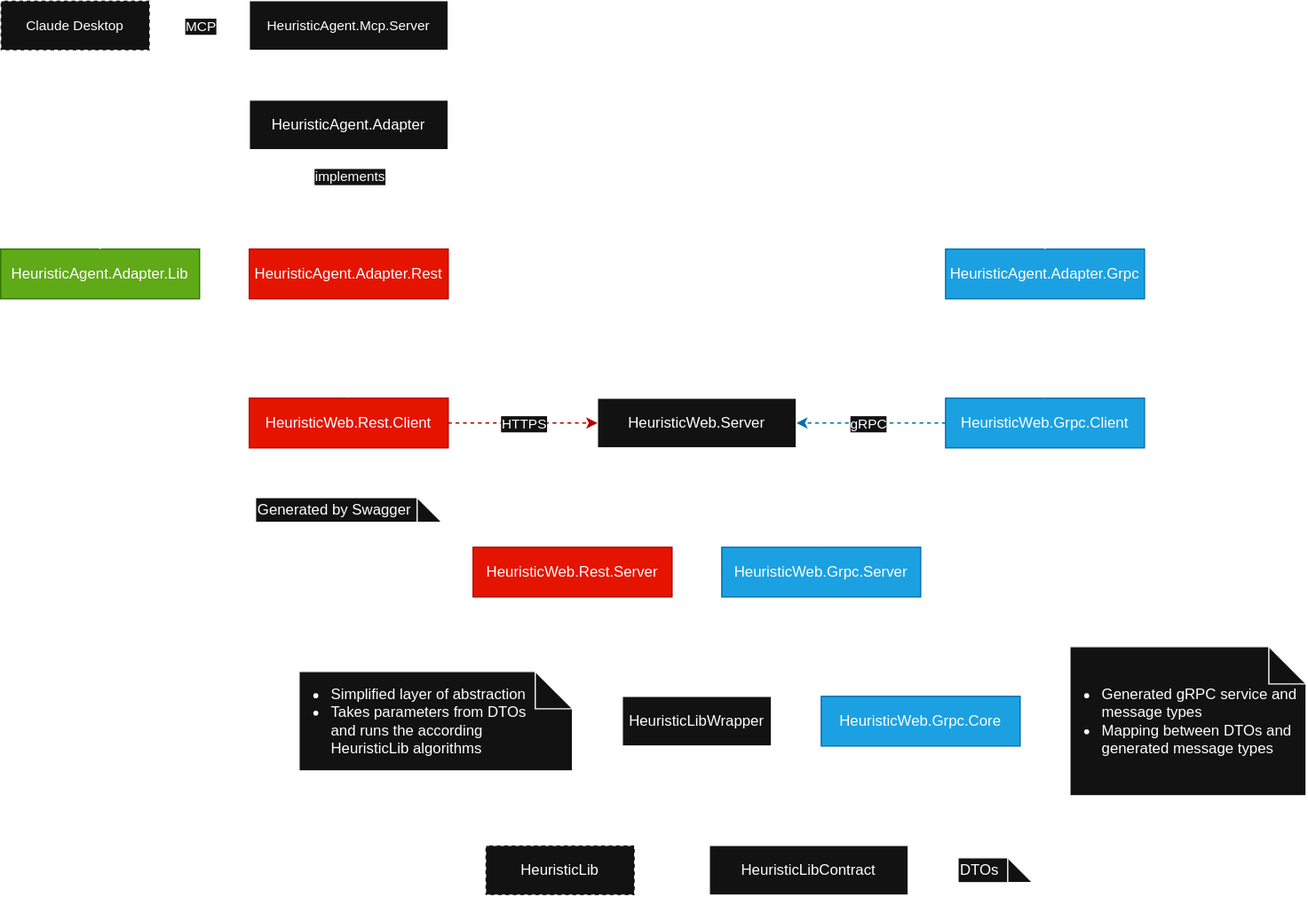
The draw.io diagram docs/img/architecture.svg in prescriptiveanalytics/aisra, before a commit. Source tidied: cells renumbered, new cells last; positions are measured from the earlier drawing's top-left corner, leaving out a move shared by most shapes.
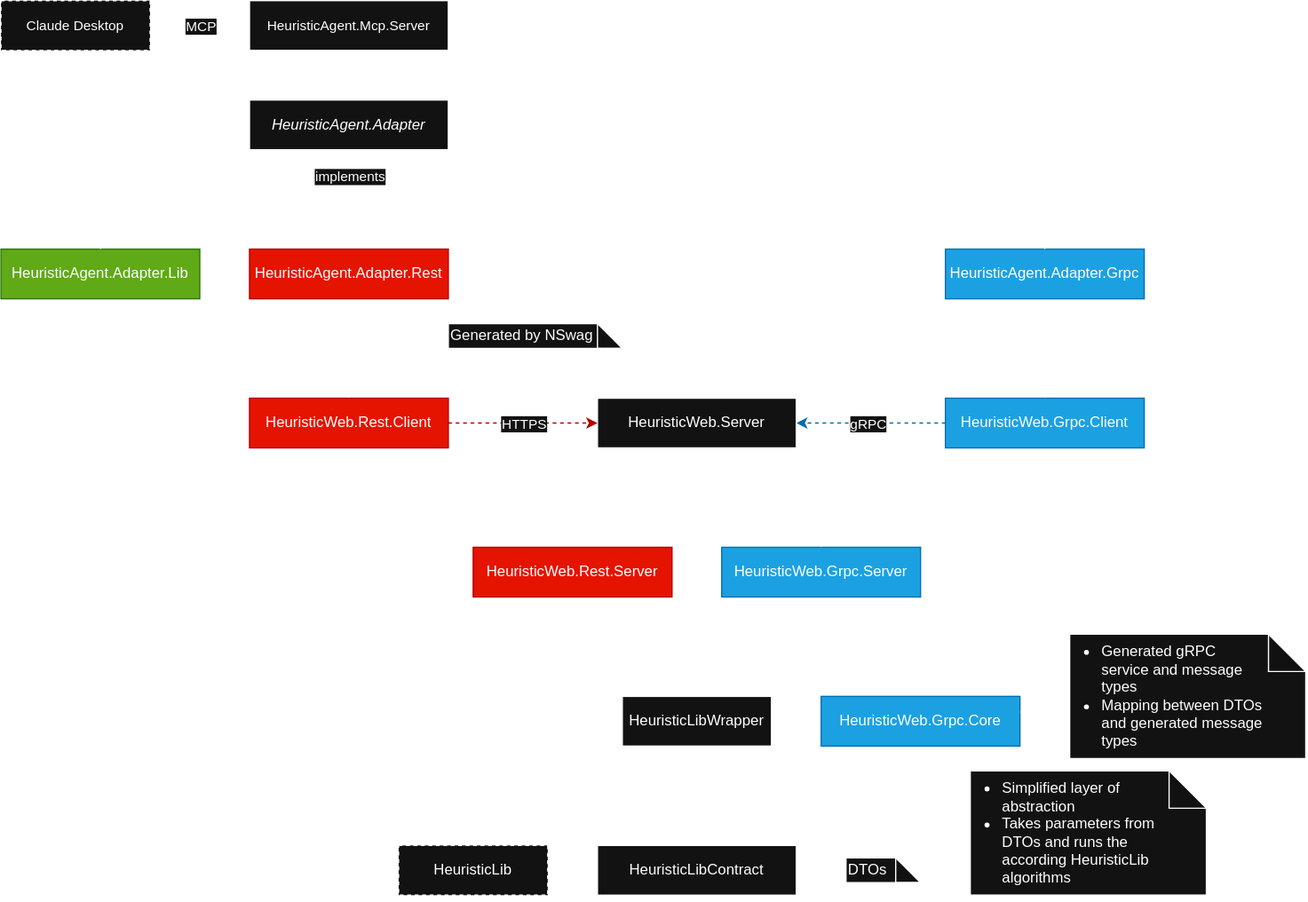
The same diagram one commit later.

Diff of the diagram source:
```diff
@@ -12,10 +12,10 @@
       <mxGeometry x="500" y="560" width="120" height="40" as="geometry" />
     </mxCell>
     <mxCell id="5" value="HeuristicLib" style="rounded=0;whiteSpace=wrap;html=1;fillColor=default;dashed=1;" parent="1" vertex="1">
-      <mxGeometry x="390" y="680" width="120" height="40" as="geometry" />
+      <mxGeometry x="320" y="680" width="120" height="40" as="geometry" />
     </mxCell>
     <mxCell id="6" value="HeuristicLibContract" style="rounded=0;whiteSpace=wrap;html=1;fillColor=default;" parent="1" vertex="1">
-      <mxGeometry x="570" y="680" width="160" height="40" as="geometry" />
+      <mxGeometry x="480" y="680" width="160" height="40" as="geometry" />
     </mxCell>
     <mxCell id="7" style="edgeStyle=orthogonalEdgeStyle;shape=connector;curved=1;rounded=0;jettySize=auto;html=1;dashed=1;strokeColor=#006EAF;align=center;verticalAlign=middle;fontFamily=Helvetica;fontSize=11;fontColor=default;labelBackgroundColor=default;endArrow=classic;endFill=1;fillColor=#1ba1e2;" parent="1" edge="1" source="10" target="24">
       <mxGeometry relative="1" as="geometry" />
@@ -51,23 +51,23 @@
     <mxCell id="15" value="HeuristicWeb.Grpc.Core" style="rounded=0;whiteSpace=wrap;html=1;fillColor=#1ba1e2;fontColor=#ffffff;strokeColor=#006EAF;" parent="1" vertex="1">
       <mxGeometry x="660" y="560" width="160" height="40" as="geometry" />
     </mxCell>
-    <mxCell id="16" style="edgeStyle=orthogonalEdgeStyle;rounded=0;jettySize=auto;html=1;endArrow=none;endFill=0;dashed=1;dashPattern=1 4;" parent="1" edge="1" source="17" target="15">
+    <mxCell id="16" style="rounded=0;jettySize=auto;html=1;endArrow=none;endFill=0;dashed=1;dashPattern=1 4;" parent="1" edge="1" source="17" target="15">
       <mxGeometry relative="1" as="geometry" />
     </mxCell>
-    <mxCell id="17" value="&lt;ul&gt;&lt;li&gt;Generated gRPC service and message types&lt;/li&gt;&lt;li&gt;Mapping between DTOs and generated message types&lt;/li&gt;&lt;/ul&gt;" style="shape=note;whiteSpace=wrap;html=1;backgroundOutline=1;darkOpacity=0.05;align=left;spacingLeft=-16;" parent="1" vertex="1">
-      <mxGeometry x="860" y="520" width="190" height="120" as="geometry" />
+    <mxCell id="17" value="&lt;ul&gt;&lt;li&gt;Generated gRPC service and message types&lt;/li&gt;&lt;li&gt;Mapping between DTOs and generated message types&lt;/li&gt;&lt;/ul&gt;" style="shape=note;whiteSpace=wrap;html=1;backgroundOutline=1;darkOpacity=0.05;align=left;spacingLeft=-16;spacingRight=32;" parent="1" vertex="1">
+      <mxGeometry x="860" y="510" width="190" height="100" as="geometry" />
     </mxCell>
-    <mxCell id="18" style="edgeStyle=orthogonalEdgeStyle;rounded=0;jettySize=auto;html=1;endArrow=none;endFill=0;dashed=1;dashPattern=1 4;" parent="1" edge="1" source="19" target="6">
+    <mxCell id="18" style="rounded=0;jettySize=auto;html=1;endArrow=none;endFill=0;dashed=1;dashPattern=1 4;" parent="1" edge="1" source="19" target="6">
       <mxGeometry relative="1" as="geometry" />
     </mxCell>
     <mxCell id="19" value="DTOs" style="shape=note;whiteSpace=wrap;html=1;backgroundOutline=1;darkOpacity=0.05;align=left;" parent="1" vertex="1">
-      <mxGeometry x="770" y="690" width="60" height="20" as="geometry" />
+      <mxGeometry x="680" y="690" width="60" height="20" as="geometry" />
     </mxCell>
-    <mxCell id="20" style="edgeStyle=orthogonalEdgeStyle;rounded=0;jettySize=auto;html=1;dashed=1;endArrow=none;endFill=0;dashPattern=1 4;" parent="1" edge="1" source="21" target="4">
+    <mxCell id="20" style="rounded=0;jettySize=auto;html=1;dashed=1;endArrow=none;endFill=0;dashPattern=1 4;" parent="1" edge="1" source="21" target="4">
       <mxGeometry relative="1" as="geometry" />
     </mxCell>
-    <mxCell id="21" value="&lt;ul&gt;&lt;li&gt;Simplified layer of abstraction&lt;/li&gt;&lt;li&gt;Takes parameters from DTOs and runs the according HeuristicLib algorithms&lt;/li&gt;&lt;/ul&gt;" style="shape=note;whiteSpace=wrap;html=1;backgroundOutline=1;darkOpacity=0.05;align=left;spacingRight=24;spacingLeft=-16;" parent="1" vertex="1">
-      <mxGeometry x="240" y="540" width="220" height="80" as="geometry" />
+    <mxCell id="21" value="&lt;ul&gt;&lt;li&gt;Simplified layer of abstraction&lt;/li&gt;&lt;li&gt;Takes parameters from DTOs and runs the according HeuristicLib algorithms&lt;/li&gt;&lt;/ul&gt;" style="shape=note;whiteSpace=wrap;html=1;backgroundOutline=1;darkOpacity=0.05;align=left;spacingRight=32;spacingLeft=-16;" parent="1" vertex="1">
+      <mxGeometry x="780" y="620" width="190" height="100" as="geometry" />
     </mxCell>
     <mxCell id="22" style="edgeStyle=orthogonalEdgeStyle;shape=connector;curved=1;rounded=0;jettySize=auto;html=1;strokeColor=default;align=center;verticalAlign=middle;fontFamily=Helvetica;fontSize=11;fontColor=default;labelBackgroundColor=default;endArrow=classic;exitX=0.5;exitY=1;exitDx=0;exitDy=0;entryX=0.5;entryY=0;entryDx=0;entryDy=0;" parent="1" edge="1" source="24" target="26">
       <mxGeometry relative="1" as="geometry" />
@@ -92,14 +92,22 @@
         <mxPoint y="1" as="offset" />
       </mxGeometry>
     </mxCell>
+    <mxCell id="48" style="edgeStyle=orthogonalEdgeStyle;shape=connector;curved=1;rounded=0;jettySize=auto;html=1;exitX=0.5;exitY=1;exitDx=0;exitDy=0;entryX=0.5;entryY=0;entryDx=0;entryDy=0;strokeColor=default;align=center;verticalAlign=middle;fontFamily=Helvetica;fontSize=11;fontColor=default;labelBackgroundColor=default;endArrow=classic;" parent="1" edge="1" source="29" target="6">
+      <mxGeometry relative="1" as="geometry">
+        <Array as="points">
+          <mxPoint x="280" y="620" />
+          <mxPoint x="560" y="620" />
+        </Array>
+      </mxGeometry>
+    </mxCell>
     <mxCell id="29" value="HeuristicWeb.Rest.Client" style="rounded=0;whiteSpace=wrap;html=1;fillColor=#e51400;strokeColor=#B20000;fontColor=#ffffff;" parent="1" vertex="1">
       <mxGeometry x="200" y="320" width="160" height="40" as="geometry" />
     </mxCell>
-    <mxCell id="30" style="edgeStyle=orthogonalEdgeStyle;shape=connector;rounded=0;jettySize=auto;html=1;strokeColor=default;align=center;verticalAlign=middle;fontFamily=Helvetica;fontSize=11;fontColor=default;labelBackgroundColor=default;endArrow=none;endFill=0;dashed=1;dashPattern=1 4;" parent="1" edge="1" source="31" target="29">
+    <mxCell id="30" style="shape=connector;rounded=0;jettySize=auto;html=1;strokeColor=default;align=center;verticalAlign=middle;fontFamily=Helvetica;fontSize=11;fontColor=default;labelBackgroundColor=default;endArrow=none;endFill=0;dashed=1;dashPattern=1 4;" parent="1" edge="1" source="31" target="29">
       <mxGeometry relative="1" as="geometry" />
     </mxCell>
-    <mxCell id="31" value="&lt;div&gt;Generated by Swagger&lt;/div&gt;" style="shape=note;whiteSpace=wrap;html=1;backgroundOutline=1;darkOpacity=0.05;align=left;" parent="1" vertex="1">
-      <mxGeometry x="205" y="400" width="150" height="20" as="geometry" />
+    <mxCell id="31" value="&lt;div&gt;Generated by NSwag&lt;/div&gt;" style="shape=note;whiteSpace=wrap;html=1;backgroundOutline=1;darkOpacity=0.05;align=left;" parent="1" vertex="1">
+      <mxGeometry x="360" y="260" width="140" height="20" as="geometry" />
     </mxCell>
     <mxCell id="32" style="edgeStyle=orthogonalEdgeStyle;shape=connector;curved=1;rounded=0;jettySize=auto;html=1;exitX=0.5;exitY=1;exitDx=0;exitDy=0;entryX=0.5;entryY=0;entryDx=0;entryDy=0;strokeColor=default;align=center;verticalAlign=middle;fontFamily=Helvetica;fontSize=11;fontColor=default;labelBackgroundColor=default;endArrow=classic;" parent="1" edge="1" source="33" target="34">
       <mxGeometry relative="1" as="geometry" />
@@ -107,7 +115,7 @@
     <mxCell id="33" value="HeuristicAgent.Mcp.Server" style="rounded=0;whiteSpace=wrap;html=1;fontFamily=Helvetica;fontSize=11;fontColor=default;labelBackgroundColor=default;" parent="1" vertex="1">
       <mxGeometry x="200" width="160" height="40" as="geometry" />
     </mxCell>
-    <mxCell id="34" value="HeuristicAgent.Adapter" style="rounded=0;whiteSpace=wrap;html=1;fillColor=default;" parent="1" vertex="1">
+    <mxCell id="34" value="&lt;i&gt;HeuristicAgent.Adapter&lt;/i&gt;" style="rounded=0;whiteSpace=wrap;html=1;fillColor=default;" parent="1" vertex="1">
       <mxGeometry x="200" y="80" width="160" height="40" as="geometry" />
     </mxCell>
     <mxCell id="35" style="edgeStyle=orthogonalEdgeStyle;shape=connector;curved=1;rounded=0;jettySize=auto;html=1;exitX=0.5;exitY=0;exitDx=0;exitDy=0;entryX=0.5;entryY=1;entryDx=0;entryDy=0;strokeColor=default;align=center;verticalAlign=middle;fontFamily=Helvetica;fontSize=11;fontColor=default;labelBackgroundColor=default;endArrow=block;endFill=0;dashed=1;" parent="1" edge="1" source="37" target="34">
@@ -123,7 +131,7 @@
       <mxGeometry relative="1" as="geometry">
         <Array as="points">
           <mxPoint x="80" y="640" />
-          <mxPoint x="450" y="640" />
+          <mxPoint x="380" y="640" />
         </Array>
       </mxGeometry>
     </mxCell>
```
